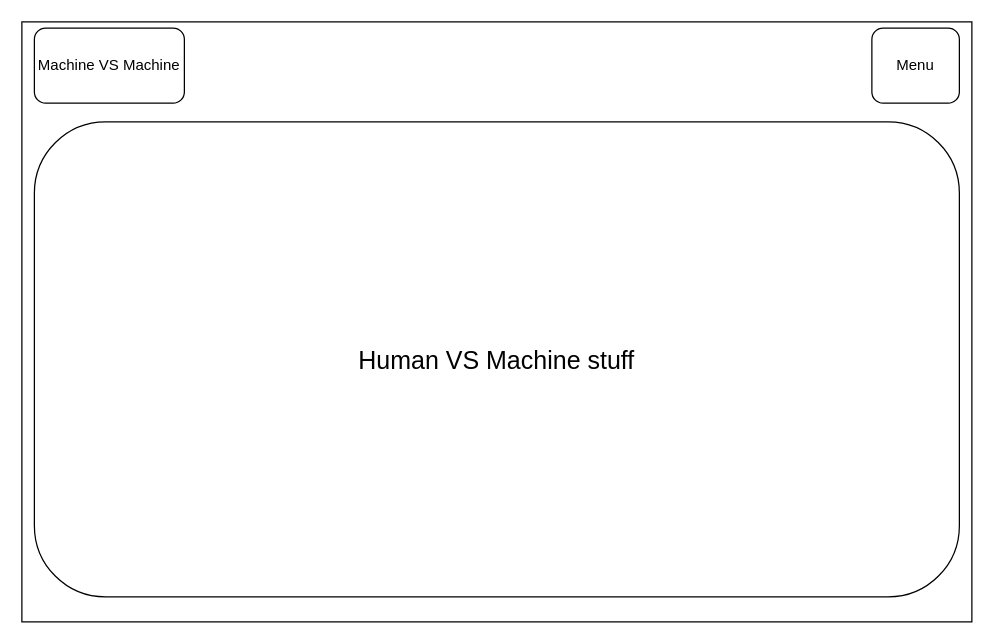
Before: page "Page-3" (3 of 6) of src/web_version/images/Drawings.drawio in Terra-Numerica/Reinforcement-Learning, a draw.io diagram. Source tidied: cells renumbered, new cells numbered last; positions are measured from the earlier drawing's top-left corner, leaving out a move shared by most shapes. Both pictures are drawn from the tidied source at 125%, with x=0, y=0 at pixel (21, 21).
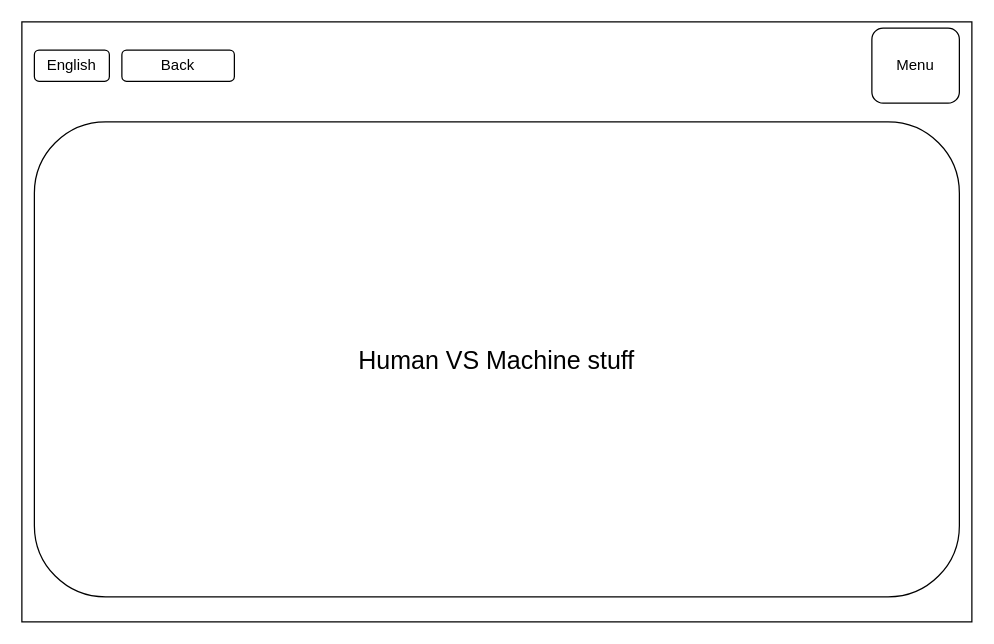
The same diagram, later.

Change to the diagram source:
```diff
@@
 <mxGraphModel>
   <root>
     <mxCell id="0" />
     <mxCell id="1" parent="0" />
     <mxCell id="2" style="rounded=0;whiteSpace=wrap;html=1;" parent="1" vertex="1">
       <mxGeometry width="760" height="480" as="geometry" />
     </mxCell>
-    <mxCell id="3" value="Machine VS Machine" style="rounded=1;whiteSpace=wrap;html=1;" parent="1" vertex="1">
-      <mxGeometry x="10" y="5" width="120" height="60" as="geometry" />
+    <mxCell id="3" value="Back" style="rounded=1;whiteSpace=wrap;html=1;" parent="1" vertex="1">
+      <mxGeometry x="80" y="22.5" width="90" height="25" as="geometry" />
     </mxCell>
     <mxCell id="4" value="Menu" style="rounded=1;whiteSpace=wrap;html=1;" parent="1" vertex="1">
       <mxGeometry x="680" y="5" width="70" height="60" as="geometry" />
     </mxCell>
     <mxCell id="5" value="Human VS Machine stuff" style="rounded=1;whiteSpace=wrap;html=1;fontSize=20;" parent="1" vertex="1">
       <mxGeometry x="10" y="80" width="740" height="380" as="geometry" />
     </mxCell>
+    <mxCell id="6" value="English" style="rounded=1;whiteSpace=wrap;html=1;" parent="1" vertex="1">
+      <mxGeometry x="10" y="22.5" width="60" height="25" as="geometry" />
+    </mxCell>
   </root>
 </mxGraphModel>
```
